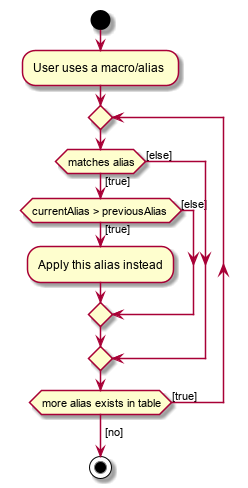
This is docs/images/ApplyAliasActivityDiagram.png from nus-cs2103-AY1920S1/addressbook-level3, a PlantUML export, as it was before one commit. Source of this version:
```plantuml
@startuml
start
:User uses a macro/alias;

repeat
    if (matches alias) then ([true])
        if (currentAlias > previousAlias) then ([true])
            :Apply this alias instead;
        else ([else])
        endif
    else ([else])
    endif
repeat while (more alias exists in table) is ([true])
->[no];
stop
@enduml
```
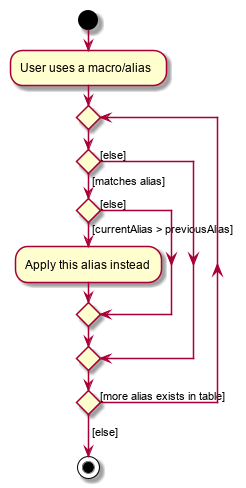
The same diagram one commit later.

Commit message:
docs: update activity diagram

The edit, as a diff of the source:
```diff
@@ -3,14 +3,14 @@
 :User uses a macro/alias;
 
 repeat
-    if (matches alias) then ([true])
-        if (currentAlias > previousAlias) then ([true])
+    if () then ([matches alias])
+        if () then ([currentAlias > previousAlias])
             :Apply this alias instead;
         else ([else])
         endif
     else ([else])
     endif
-repeat while (more alias exists in table) is ([true])
-->[no];
+repeat while () is ([more alias exists in table])
+->[else];
 stop
 @enduml
```
